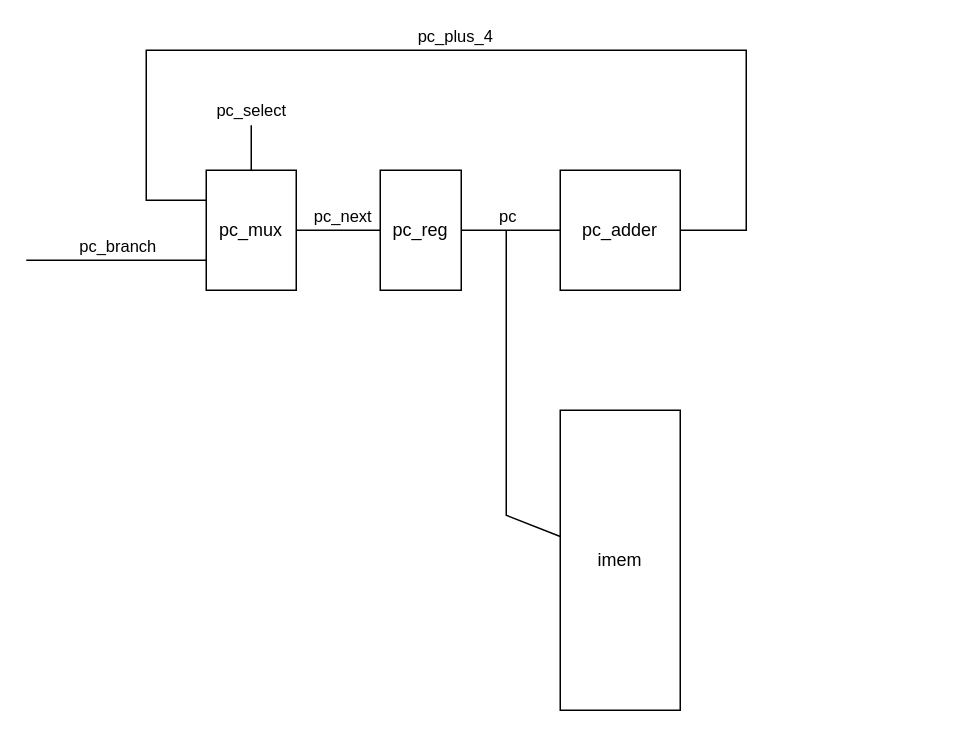
This is hippomenes.drawio from perlindgren/hippomenes, a draw.io file, before an edit. Source tidied: cells renumbered, new cells numbered last; positions are measured from the earlier drawing's top-left corner, leaving out a move shared by most shapes. Both pictures are drawn from the tidied source at 150%, with x=0, y=0 at pixel (26, 50).
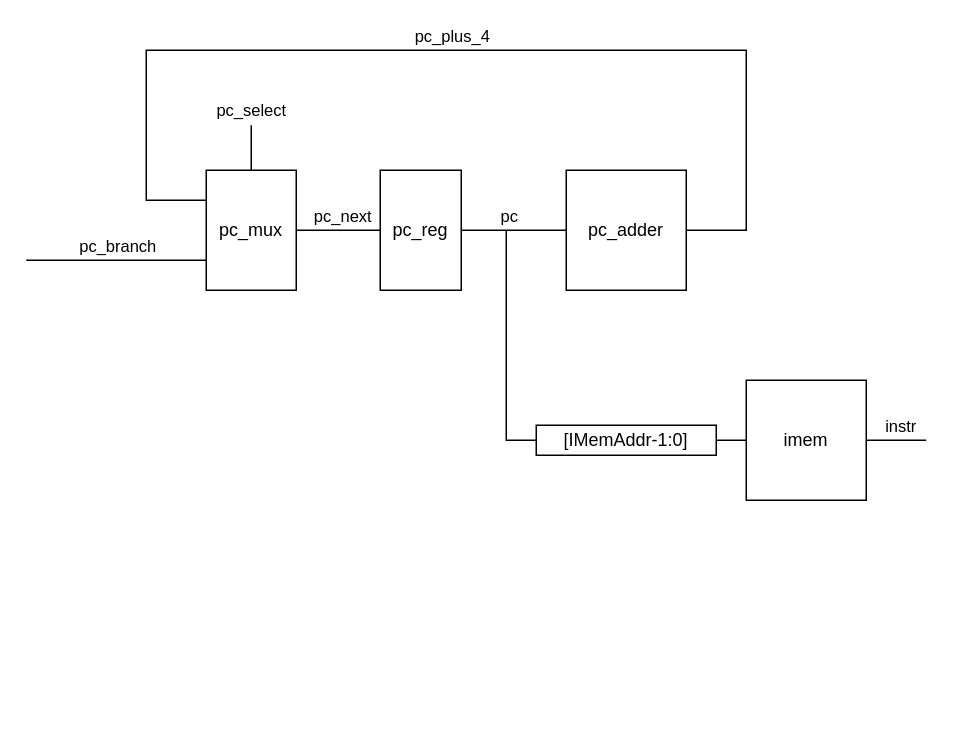
The same diagram, later.

What changed in the source:
```diff
@@
     <mxCell id="3" value="pc_adder" style="whiteSpace=wrap;html=1;" parent="1" vertex="1">
-      <mxGeometry x="356" y="80" width="80" height="80" as="geometry" />
+      <mxGeometry x="360" y="80" width="80" height="80" as="geometry" />
     </mxCell>
@@
-    <mxCell id="10" style="endArrow=none;html=1;rounded=0;" parent="1" edge="1" source="12">
+    <mxCell id="10" style="endArrow=none;html=1;rounded=0;exitX=0;exitY=0.5;exitDx=0;exitDy=0;" parent="1" edge="1" source="20">
       <mxGeometry relative="1" as="geometry">
         <mxPoint x="320" y="120" as="targetPoint" />
         <Array as="points">
-          <mxPoint x="320" y="310" />
+          <mxPoint x="320" y="260" />
         </Array>
       </mxGeometry>
     </mxCell>
@@
     <mxCell id="12" value="imem" style="rounded=0;whiteSpace=wrap;html=1;" parent="1" vertex="1">
-      <mxGeometry x="356" y="240" width="80" height="200" as="geometry" />
+      <mxGeometry x="480" y="220" width="80" height="80" as="geometry" />
     </mxCell>
@@
+    <mxCell id="18" style="endArrow=none;html=1;rounded=0;entryX=1;entryY=0.5;entryDx=0;entryDy=0;" parent="1" edge="1" target="12">
+      <mxGeometry relative="1" as="geometry">
+        <mxPoint x="600" y="260" as="sourcePoint" />
+      </mxGeometry>
+    </mxCell>
+    <mxCell id="19" value="instr" style="edgeLabel;html=1;align=center;verticalAlign=middle;" parent="18" vertex="1">
+      <mxGeometry x="-0.09" relative="1" as="geometry">
+        <mxPoint y="-10" as="offset" />
+      </mxGeometry>
+    </mxCell>
+    <mxCell id="20" value="[IMemAddr-1:0]" style="rounded=0;whiteSpace=wrap;html=1;" parent="1" vertex="1">
+      <mxGeometry x="340" y="250" width="120" height="20" as="geometry" />
+    </mxCell>
+    <mxCell id="21" style="endArrow=none;html=1;rounded=0;exitX=1;exitY=0.5;exitDx=0;exitDy=0;" parent="1" edge="1" source="20" target="12">
+      <mxGeometry relative="1" as="geometry" />
+    </mxCell>
```
